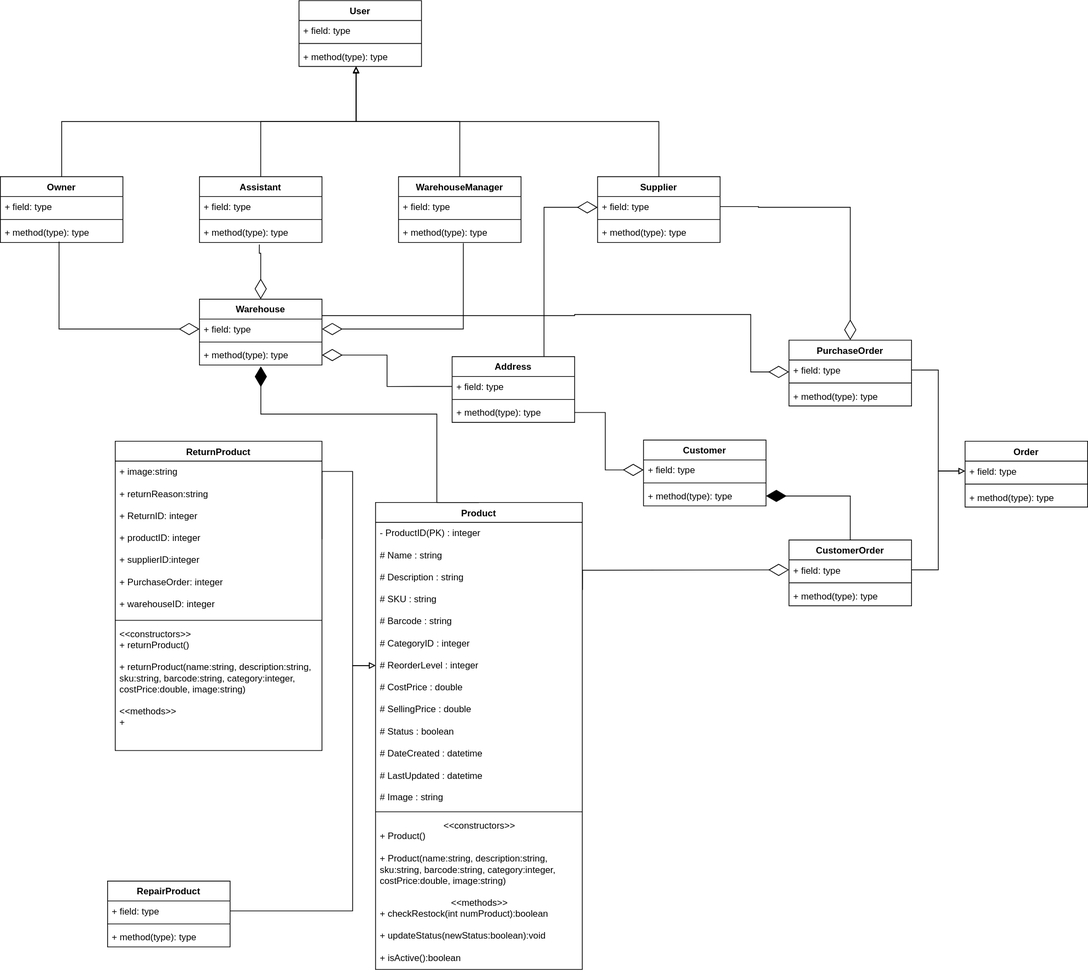
Before: class diagram.svg, a diagram exported from draw.io (Simamkele88/IFM3_GP). Source tidied: cells renumbered, new cells last; positions are measured from the earlier drawing's top-left corner, leaving out a move shared by most shapes.
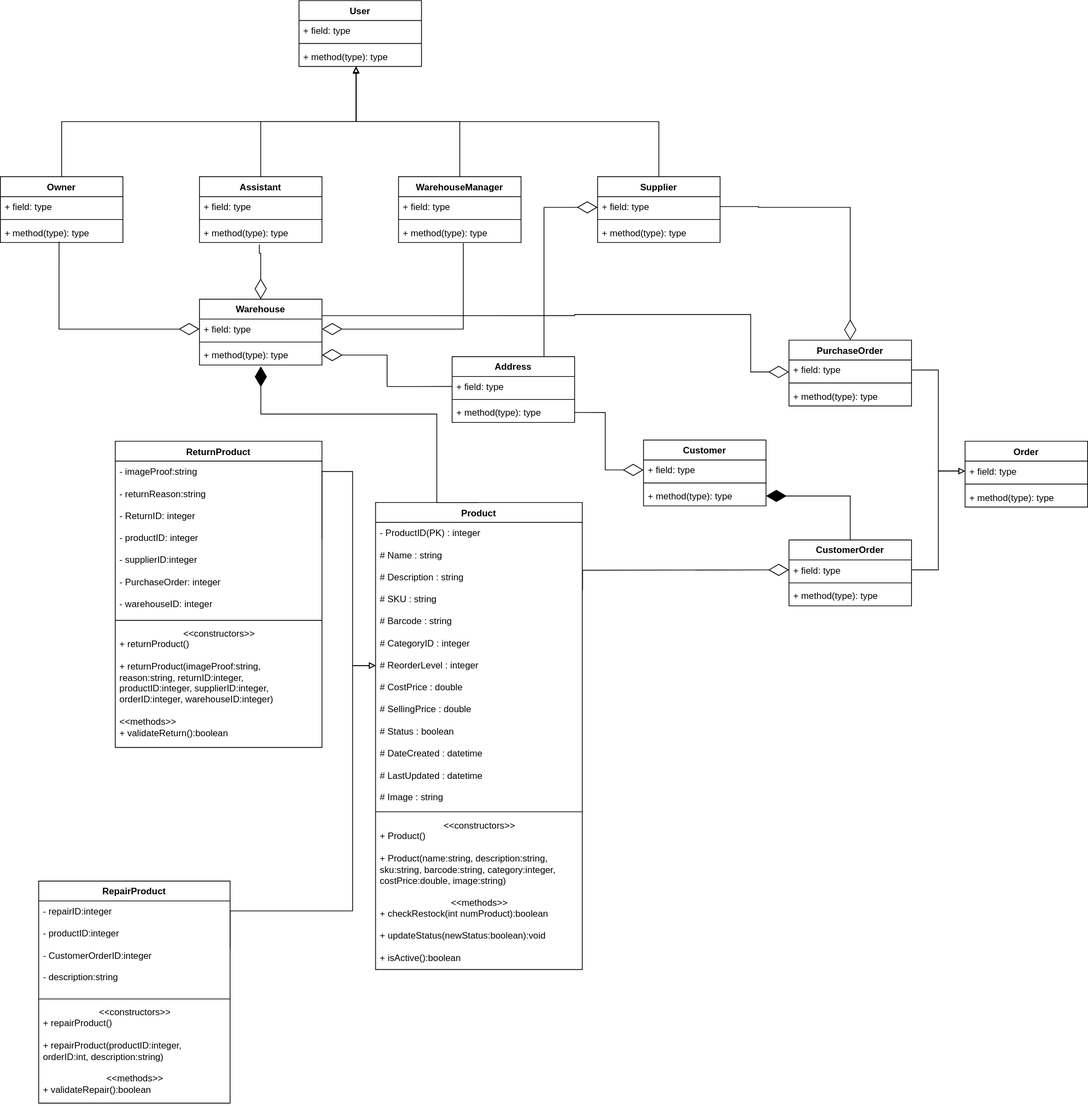
The same file after the commit.

The edit, as a diff of the source:
```diff
@@ -83,16 +83,16 @@
       </mxGeometry>
     </mxCell>
     <mxCell id="27" value="ReturnProduct" style="swimlane;fontStyle=1;align=center;verticalAlign=top;horizontal=1;startSize=26;whiteSpace=wrap;html=1;" parent="1" vertex="1">
-      <mxGeometry x="150" y="575.5" width="270" height="404" as="geometry" />
+      <mxGeometry x="150" y="575.5" width="270" height="400" as="geometry" />
     </mxCell>
-    <mxCell id="28" value="+ image:string&lt;div&gt;&lt;br&gt;&lt;/div&gt;&lt;div&gt;+ returnReason:string&lt;br&gt;&lt;div&gt;&lt;br&gt;&lt;/div&gt;&lt;div&gt;+ ReturnID: integer&lt;/div&gt;&lt;div&gt;&lt;br&gt;&lt;/div&gt;&lt;div&gt;+ productID: integer&lt;/div&gt;&lt;div&gt;&lt;br&gt;&lt;/div&gt;&lt;div&gt;+ supplierID:integer&lt;/div&gt;&lt;div&gt;&lt;br&gt;&lt;/div&gt;&lt;div&gt;+ PurchaseOrder: integer&lt;/div&gt;&lt;div&gt;&lt;br&gt;&lt;/div&gt;&lt;div&gt;+ warehouseID: integer&lt;/div&gt;&lt;div&gt;&lt;br&gt;&lt;/div&gt;&lt;/div&gt;" style="text;strokeColor=none;fillColor=none;align=left;verticalAlign=top;spacingLeft=4;spacingRight=4;overflow=hidden;points=[[0,0.5],[1,0.5]];portConstraint=eastwest;whiteSpace=wrap;html=1;" parent="27" vertex="1">
+    <mxCell id="28" value="- imageProof:string&lt;div&gt;&lt;br&gt;&lt;/div&gt;&lt;div&gt;- returnReason:string&lt;br&gt;&lt;div&gt;&lt;br&gt;&lt;/div&gt;&lt;div&gt;- ReturnID: integer&lt;/div&gt;&lt;div&gt;&lt;br&gt;&lt;/div&gt;&lt;div&gt;- productID: integer&lt;/div&gt;&lt;div&gt;&lt;br&gt;&lt;/div&gt;&lt;div&gt;- supplierID:integer&lt;/div&gt;&lt;div&gt;&lt;br&gt;&lt;/div&gt;&lt;div&gt;- PurchaseOrder: integer&lt;/div&gt;&lt;div&gt;&lt;br&gt;&lt;/div&gt;&lt;div&gt;- warehouseID: integer&lt;/div&gt;&lt;div&gt;&lt;br&gt;&lt;/div&gt;&lt;/div&gt;" style="text;strokeColor=none;fillColor=none;align=left;verticalAlign=top;spacingLeft=4;spacingRight=4;overflow=hidden;points=[[0,0.5],[1,0.5]];portConstraint=eastwest;whiteSpace=wrap;html=1;" parent="27" vertex="1">
       <mxGeometry y="26" width="270" height="204" as="geometry" />
     </mxCell>
     <mxCell id="29" style="line;strokeWidth=1;fillColor=none;align=left;verticalAlign=middle;spacingTop=-1;spacingLeft=3;spacingRight=3;labelPosition=right;strokeColor=inherit;" parent="27" vertex="1">
       <mxGeometry y="230" width="270" height="8" as="geometry" />
     </mxCell>
-    <mxCell id="30" value="&amp;lt;&amp;lt;constructors&amp;gt;&amp;gt;&lt;div&gt;+ returnProduct()&lt;/div&gt;&lt;div&gt;&lt;br&gt;&lt;/div&gt;&lt;div&gt;+ returnProduct(&lt;span style=&quot;background-color: transparent; color: light-dark(rgb(0, 0, 0), rgb(255, 255, 255));&quot;&gt;name:string, description:string, sku:string, barcode:string, category:integer, costPrice:double, image:string&lt;/span&gt;&lt;span style=&quot;background-color: transparent; color: light-dark(rgb(0, 0, 0), rgb(255, 255, 255));&quot;&gt;)&lt;/span&gt;&lt;/div&gt;&lt;div&gt;&lt;span style=&quot;background-color: transparent; color: light-dark(rgb(0, 0, 0), rgb(255, 255, 255));&quot;&gt;&lt;br&gt;&lt;/span&gt;&lt;/div&gt;&lt;div&gt;&lt;span style=&quot;background-color: transparent; color: light-dark(rgb(0, 0, 0), rgb(255, 255, 255));&quot;&gt;&amp;lt;&amp;lt;methods&amp;gt;&amp;gt;&lt;/span&gt;&lt;/div&gt;&lt;div&gt;&lt;span style=&quot;background-color: transparent; color: light-dark(rgb(0, 0, 0), rgb(255, 255, 255));&quot;&gt;+&amp;nbsp;&lt;/span&gt;&lt;/div&gt;" style="text;strokeColor=none;fillColor=none;align=left;verticalAlign=top;spacingLeft=4;spacingRight=4;overflow=hidden;whiteSpace=wrap;html=1;" parent="27" vertex="1">
-      <mxGeometry y="238" width="270" height="166" as="geometry" />
+    <mxCell id="30" value="&lt;div style=&quot;text-align: center;&quot;&gt;&lt;span style=&quot;background-color: transparent; color: light-dark(rgb(0, 0, 0), rgb(255, 255, 255));&quot;&gt;&amp;lt;&amp;lt;constructors&amp;gt;&amp;gt;&lt;/span&gt;&lt;/div&gt;&lt;div&gt;+ returnProduct()&lt;/div&gt;&lt;div&gt;&lt;br&gt;&lt;/div&gt;&lt;div&gt;+ returnProduct(imageProof:string, reason:string, returnID:integer, productID:integer, supplierID:integer, orderID:integer, warehouseID:integer&lt;span style=&quot;background-color: transparent; color: light-dark(rgb(0, 0, 0), rgb(255, 255, 255));&quot;&gt;)&lt;/span&gt;&lt;/div&gt;&lt;div&gt;&lt;span style=&quot;background-color: transparent; color: light-dark(rgb(0, 0, 0), rgb(255, 255, 255));&quot;&gt;&lt;br&gt;&lt;/span&gt;&lt;/div&gt;&lt;div&gt;&lt;span style=&quot;background-color: transparent; color: light-dark(rgb(0, 0, 0), rgb(255, 255, 255));&quot;&gt;&amp;lt;&amp;lt;methods&amp;gt;&amp;gt;&lt;/span&gt;&lt;/div&gt;&lt;div&gt;&lt;span style=&quot;background-color: transparent; color: light-dark(rgb(0, 0, 0), rgb(255, 255, 255));&quot;&gt;+ validateReturn():boolean&lt;/span&gt;&lt;/div&gt;" style="text;strokeColor=none;fillColor=none;align=left;verticalAlign=top;spacingLeft=4;spacingRight=4;overflow=hidden;whiteSpace=wrap;html=1;" parent="27" vertex="1">
+      <mxGeometry y="238" width="270" height="162" as="geometry" />
     </mxCell>
     <mxCell id="31" style="edgeStyle=orthogonalEdgeStyle;rounded=0;jettySize=auto;html=1;entryX=0;entryY=0.5;entryDx=0;entryDy=0;endArrow=block;endFill=0;exitX=1;exitY=0.5;exitDx=0;exitDy=0;" parent="1" edge="1" source="33" target="37">
       <mxGeometry relative="1" as="geometry">
@@ -103,16 +103,16 @@
       </mxGeometry>
     </mxCell>
     <mxCell id="32" value="RepairProduct" style="swimlane;fontStyle=1;align=center;verticalAlign=top;horizontal=1;startSize=26;whiteSpace=wrap;html=1;" parent="1" vertex="1">
-      <mxGeometry x="140" y="1150" width="160" height="86" as="geometry" />
+      <mxGeometry x="50" y="1150" width="250" height="290" as="geometry" />
     </mxCell>
-    <mxCell id="33" value="+ field: type" style="text;strokeColor=none;fillColor=none;align=left;verticalAlign=top;spacingLeft=4;spacingRight=4;overflow=hidden;points=[[0,0.5],[1,0.5]];portConstraint=eastwest;whiteSpace=wrap;html=1;" parent="32" vertex="1">
-      <mxGeometry y="26" width="160" height="26" as="geometry" />
+    <mxCell id="33" value="- repairID:integer&lt;div&gt;&lt;br&gt;&lt;/div&gt;&lt;div&gt;- productID:integer&lt;/div&gt;&lt;div&gt;&lt;br&gt;&lt;/div&gt;&lt;div&gt;- CustomerOrderID:integer&lt;/div&gt;&lt;div&gt;&lt;br&gt;&lt;/div&gt;&lt;div&gt;- description:string&lt;/div&gt;" style="text;strokeColor=none;fillColor=none;align=left;verticalAlign=top;spacingLeft=4;spacingRight=4;overflow=hidden;points=[[0,0.5],[1,0.5]];portConstraint=eastwest;whiteSpace=wrap;html=1;" parent="32" vertex="1">
+      <mxGeometry y="26" width="250" height="124" as="geometry" />
     </mxCell>
     <mxCell id="34" style="line;strokeWidth=1;fillColor=none;align=left;verticalAlign=middle;spacingTop=-1;spacingLeft=3;spacingRight=3;labelPosition=right;strokeColor=inherit;" parent="32" vertex="1">
-      <mxGeometry y="52" width="160" height="8" as="geometry" />
+      <mxGeometry y="150" width="250" height="8" as="geometry" />
     </mxCell>
-    <mxCell id="35" value="+ method(type): type" style="text;strokeColor=none;fillColor=none;align=left;verticalAlign=top;spacingLeft=4;spacingRight=4;overflow=hidden;whiteSpace=wrap;html=1;" parent="32" vertex="1">
-      <mxGeometry y="60" width="160" height="26" as="geometry" />
+    <mxCell id="35" value="&lt;div style=&quot;text-align: center;&quot;&gt;&lt;span style=&quot;background-color: transparent; color: light-dark(rgb(0, 0, 0), rgb(255, 255, 255));&quot;&gt;&amp;lt;&amp;lt;constructors&amp;gt;&amp;gt;&lt;/span&gt;&lt;/div&gt;&lt;div&gt;+ repairProduct()&lt;/div&gt;&lt;div&gt;&lt;br&gt;&lt;/div&gt;&lt;div&gt;+ repairProduct(productID:integer, orderID:int, description:string)&lt;/div&gt;&lt;div&gt;&lt;br&gt;&lt;/div&gt;&lt;div style=&quot;text-align: center;&quot;&gt;&amp;lt;&amp;lt;methods&amp;gt;&amp;gt;&lt;/div&gt;&lt;div&gt;+ validateRepair():boolean&lt;/div&gt;&lt;div&gt;&lt;br&gt;&lt;/div&gt;" style="text;strokeColor=none;fillColor=none;align=left;verticalAlign=top;spacingLeft=4;spacingRight=4;overflow=hidden;whiteSpace=wrap;html=1;" parent="32" vertex="1">
+      <mxGeometry y="158" width="250" height="132" as="geometry" />
     </mxCell>
     <mxCell id="36" value="Product" style="swimlane;fontStyle=1;align=center;verticalAlign=top;horizontal=1;startSize=26;whiteSpace=wrap;html=1;" parent="1" vertex="1">
       <mxGeometry x="490" y="655.5" width="270" height="610" as="geometry" />
```
